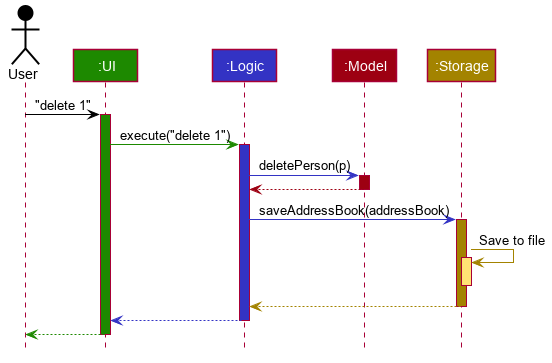
nus-cs2103-AY1920S2/addressbook-level3 keeps this PlantUML diagram as docs/images/ArchitectureSequenceDiagram.png. Above is the earlier version.
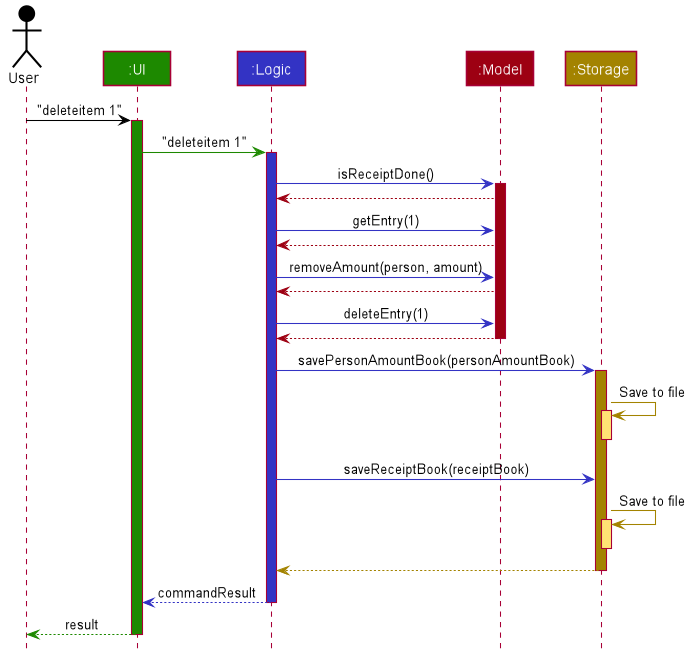
The same file after the commit.

Change to the diagram source:
```diff
@@ -51,34 +51,46 @@
 Actor User as user #000000
 Participant ":UI" as ui #1D8900
 Participant ":Logic" as logic #3333C4
-Participant ":Model" as model #9D0012
-Participant ":Storage" as storage #A38300
+Participant ":Model" as splitterModel #9D0012
+Participant ":Storage" as splitterStorage #A38300
 
-user -[#000000]> ui : "delete 1"
+user -[#000000]> ui : "deleteitem 1"
 activate ui #1D8900
 
-ui -[#1D8900]> logic : execute("delete 1")
+ui -[#1D8900]> logic : "deleteitem 1"
 activate logic #3333C4
 
-logic -[#3333C4]> model : deletePerson(p)
-activate model #9D0012
+logic -[#3333C4]> splitterModel : isReceiptDone()
+activate splitterModel #9D0012
 
-model -[#9D0012]-> logic
-deactivate model
+splitterModel -[#9D0012]-> logic
+logic -[#3333C4]> splitterModel : getEntry(1)
+splitterModel -[#9D0012]-> logic
+logic -[#3333C4]> splitterModel : removeAmount(person, amount)
+splitterModel -[#9D0012]-> logic
+logic -[#3333C4]> splitterModel : deleteEntry(1)
+splitterModel -[#9D0012]-> logic
+deactivate splitterModel
 
-logic -[#3333C4]> storage : saveAddressBook(addressBook)
-activate storage #A38300
+logic -[#3333C4]> splitterStorage : savePersonAmountBook(personAmountBook)
+activate splitterStorage #A38300
 
-storage -[#A38300]> storage : Save to file
-activate storage #FFE374
-deactivate storage
+splitterStorage -[#A38300]> splitterStorage : Save to file
+activate splitterStorage #FFE374
+deactivate splitterStorage
 
-storage --[#A38300]> logic
-deactivate storage
+logic -[#3333C4]> splitterStorage : saveReceiptBook(receiptBook)
 
-logic --[#3333C4]> ui
+splitterStorage -[#A38300]> splitterStorage : Save to file
+activate splitterStorage #FFE374
+deactivate splitterStorage
+
+splitterStorage --[#A38300]> logic
+deactivate splitterStorage
+
+logic --[#3333C4]> ui : commandResult
 deactivate logic
 
-ui--[#1D8900]> user
+ui--[#1D8900]> user : result
 deactivate ui
 @enduml
```
